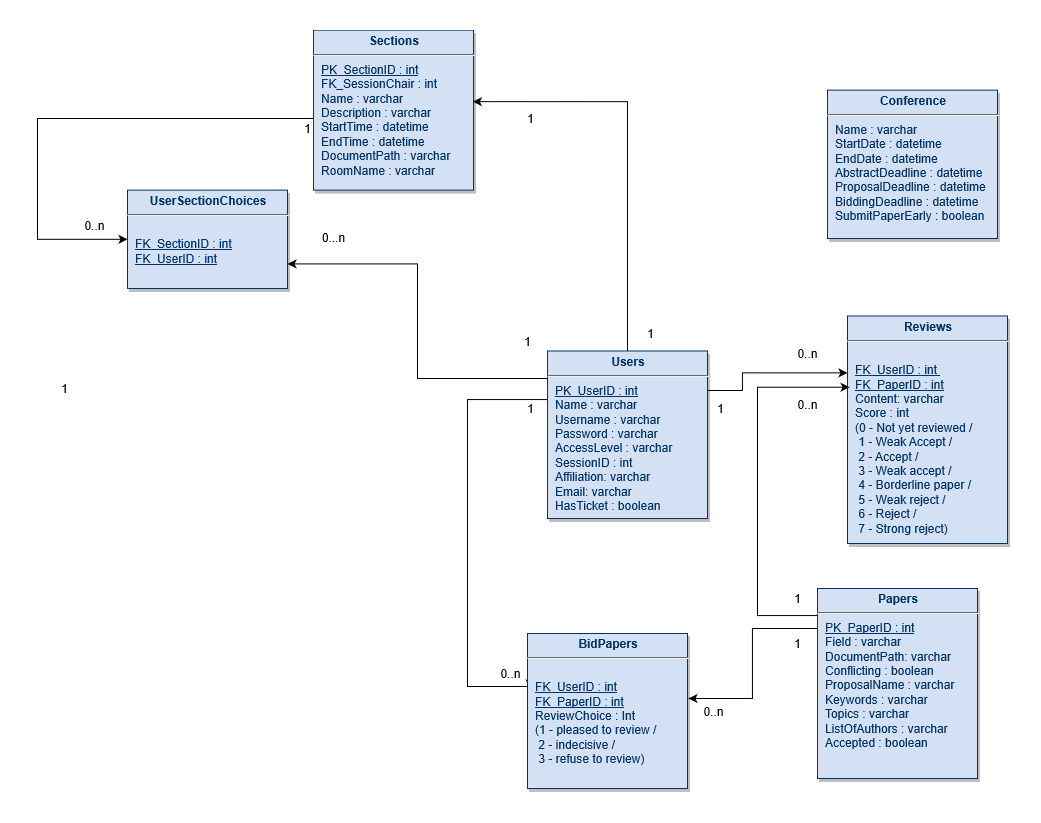
horatiu-udrea/RuntimeTerror keeps this draw.io diagram as documents/images/Database Diagram.png. Above is the earlier version. Source tidied: cells renumbered, new cells last; positions are measured from the earlier drawing's top-left corner, leaving out a move shared by most shapes.
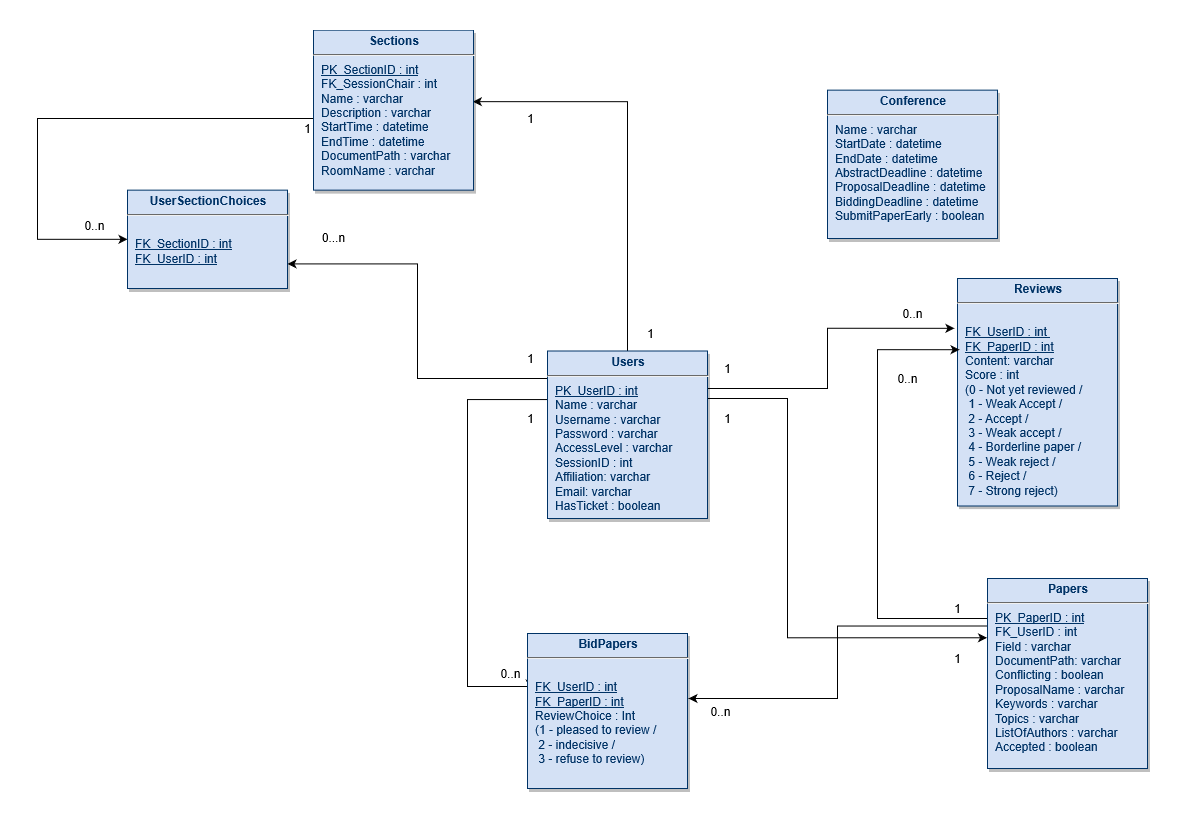
After the commit.

What changed in the source:
```diff
@@ -17,14 +17,6 @@
         <mxPoint x="14.1" y="-2.4" as="offset" />
       </mxGeometry>
     </mxCell>
-    <mxCell id="4" style="edgeStyle=orthogonalEdgeStyle;rounded=0;jettySize=auto;html=1;exitX=1;exitY=0.25;exitDx=0;exitDy=0;entryX=0;entryY=0.25;entryDx=0;entryDy=0;" parent="1" edge="1" source="7" target="8">
-      <mxGeometry relative="1" as="geometry">
-        <Array as="points">
-          <mxPoint x="705" y="360" />
-          <mxPoint x="705" y="342" />
-        </Array>
-      </mxGeometry>
-    </mxCell>
     <mxCell id="5" style="edgeStyle=orthogonalEdgeStyle;rounded=0;jettySize=auto;html=1;entryX=0.996;entryY=0.447;entryDx=0;entryDy=0;entryPerimeter=0;" parent="1" edge="1" source="7" target="11">
       <mxGeometry relative="1" as="geometry">
         <Array as="points">
@@ -40,11 +32,27 @@
         </Array>
       </mxGeometry>
     </mxCell>
+    <mxCell id="31" style="edgeStyle=orthogonalEdgeStyle;rounded=0;jettySize=auto;html=1;entryX=-0.003;entryY=0.312;entryDx=0;entryDy=0;entryPerimeter=0;" parent="1" edge="1" source="7" target="15">
+      <mxGeometry relative="1" as="geometry">
+        <Array as="points">
+          <mxPoint x="750" y="368" />
+          <mxPoint x="750" y="607" />
+        </Array>
+      </mxGeometry>
+    </mxCell>
+    <mxCell id="4" style="edgeStyle=orthogonalEdgeStyle;rounded=0;jettySize=auto;html=1;entryX=-0.019;entryY=0.219;entryDx=0;entryDy=0;entryPerimeter=0;" parent="1" edge="1" source="7" target="8">
+      <mxGeometry relative="1" as="geometry">
+        <Array as="points">
+          <mxPoint x="790" y="358" />
+          <mxPoint x="790" y="298" />
+        </Array>
+      </mxGeometry>
+    </mxCell>
     <mxCell id="7" value="&lt;p style=&quot;margin: 4px 0px 0px ; text-align: center&quot;&gt;&lt;strong&gt;Users&lt;/strong&gt;&lt;/p&gt;&lt;hr&gt;&lt;p style=&quot;margin: 0px ; margin-left: 8px&quot;&gt;&lt;u&gt;PK_UserID : int&lt;/u&gt;&lt;/p&gt;&lt;p style=&quot;margin: 0px ; margin-left: 8px&quot;&gt;Name : varchar&lt;/p&gt;&lt;p style=&quot;margin: 0px ; margin-left: 8px&quot;&gt;Username : varchar&lt;/p&gt;&lt;p style=&quot;margin: 0px ; margin-left: 8px&quot;&gt;Password : varchar&lt;/p&gt;&lt;p style=&quot;margin: 0px ; margin-left: 8px&quot;&gt;AccessLevel : varchar&lt;/p&gt;&lt;p style=&quot;margin: 0px ; margin-left: 8px&quot;&gt;SessionID : int&lt;/p&gt;&lt;p style=&quot;margin: 0px ; margin-left: 8px&quot;&gt;Affiliation: varchar&lt;/p&gt;&lt;p style=&quot;margin: 0px ; margin-left: 8px&quot;&gt;Email: varchar&lt;/p&gt;&lt;p style=&quot;margin: 0px ; margin-left: 8px&quot;&gt;HasTicket : boolean&lt;/p&gt;&lt;p style=&quot;margin: 0px ; margin-left: 8px&quot;&gt;&lt;br&gt;&lt;/p&gt;&lt;p style=&quot;margin: 0px ; margin-left: 8px&quot;&gt;&lt;br&gt;&lt;/p&gt;" style="verticalAlign=top;align=left;overflow=fill;fontSize=12;fontFamily=Helvetica;html=1;strokeColor=#003366;shadow=1;fillColor=#D4E1F5;fontColor=#003366;" parent="1" vertex="1">
       <mxGeometry x="510" y="320.5" width="160" height="167.5" as="geometry" />
     </mxCell>
     <mxCell id="8" value="&lt;p style=&quot;margin: 4px 0px 0px ; text-align: center&quot;&gt;&lt;strong&gt;Reviews&lt;/strong&gt;&lt;strong&gt;&lt;u&gt;&lt;/u&gt;&lt;br&gt;&lt;/strong&gt;&lt;/p&gt;&lt;hr&gt;&lt;p style=&quot;margin: 0px ; margin-left: 8px&quot;&gt;&lt;br&gt;&lt;/p&gt;&lt;p style=&quot;margin: 0px ; margin-left: 8px&quot;&gt;&lt;u&gt;FK_UserID : int&amp;nbsp;&lt;/u&gt;&lt;/p&gt;&lt;p style=&quot;margin: 0px ; margin-left: 8px&quot;&gt;&lt;u&gt;FK_PaperID : int&lt;/u&gt;&lt;/p&gt;&lt;p style=&quot;margin: 0px ; margin-left: 8px&quot;&gt;Content: varchar&lt;/p&gt;&lt;p style=&quot;margin: 0px ; margin-left: 8px&quot;&gt;Score : int&lt;/p&gt;&lt;p style=&quot;margin: 0px 0px 0px 8px ; text-align: left ; text-transform: none ; text-indent: 0px ; letter-spacing: normal ; font-family: &amp;#34;helvetica&amp;#34; ; font-size: 12px ; font-style: normal ; font-variant: normal ; font-weight: 400 ; text-decoration: none ; word-spacing: 0px&quot;&gt;(0 - Not yet reviewed /&lt;/p&gt;&lt;p style=&quot;margin: 0px 0px 0px 8px ; text-align: left ; text-transform: none ; text-indent: 0px ; letter-spacing: normal ; font-family: &amp;#34;helvetica&amp;#34; ; font-size: 12px ; font-style: normal ; font-variant: normal ; font-weight: 400 ; text-decoration: none ; word-spacing: 0px&quot;&gt;&amp;nbsp;1 - Weak Accept /&lt;/p&gt;&lt;p style=&quot;margin: 0px 0px 0px 8px ; text-align: left ; text-transform: none ; text-indent: 0px ; letter-spacing: normal ; font-family: &amp;#34;helvetica&amp;#34; ; font-size: 12px ; font-style: normal ; font-variant: normal ; font-weight: 400 ; text-decoration: none ; word-spacing: 0px&quot;&gt;&amp;nbsp;2 - Accept /&lt;/p&gt;&lt;p style=&quot;margin: 0px 0px 0px 8px ; text-align: left ; text-transform: none ; text-indent: 0px ; letter-spacing: normal ; font-family: &amp;#34;helvetica&amp;#34; ; font-size: 12px ; font-style: normal ; font-variant: normal ; font-weight: 400 ; text-decoration: none ; word-spacing: 0px&quot;&gt;&amp;nbsp;3 - Weak accept /&lt;/p&gt;&lt;p style=&quot;margin: 0px 0px 0px 8px ; text-align: left ; text-transform: none ; text-indent: 0px ; letter-spacing: normal ; font-family: &amp;#34;helvetica&amp;#34; ; font-size: 12px ; font-style: normal ; font-variant: normal ; font-weight: 400 ; text-decoration: none ; word-spacing: 0px&quot;&gt;&amp;nbsp;4 - Borderline paper /&lt;/p&gt;&lt;p style=&quot;margin: 0px 0px 0px 8px ; text-align: left ; text-transform: none ; text-indent: 0px ; letter-spacing: normal ; font-family: &amp;#34;helvetica&amp;#34; ; font-size: 12px ; font-style: normal ; font-variant: normal ; font-weight: 400 ; text-decoration: none ; word-spacing: 0px&quot;&gt;&amp;nbsp;5 - Weak reject /&lt;/p&gt;&lt;p style=&quot;margin: 0px 0px 0px 8px ; text-align: left ; text-transform: none ; text-indent: 0px ; letter-spacing: normal ; font-family: &amp;#34;helvetica&amp;#34; ; font-size: 12px ; font-style: normal ; font-variant: normal ; font-weight: 400 ; text-decoration: none ; word-spacing: 0px&quot;&gt;&amp;nbsp;6 - Reject /&lt;/p&gt;&lt;p style=&quot;margin: 0px 0px 0px 8px ; text-align: left ; text-transform: none ; text-indent: 0px ; letter-spacing: normal ; font-family: &amp;#34;helvetica&amp;#34; ; font-size: 12px ; font-style: normal ; font-variant: normal ; font-weight: 400 ; text-decoration: none ; word-spacing: 0px&quot;&gt;&amp;nbsp;7 - Strong reject)&lt;/p&gt;&lt;p style=&quot;margin: 0px ; margin-left: 8px&quot;&gt;&lt;b&gt;&lt;/b&gt;&lt;i&gt;&lt;/i&gt;&lt;u&gt;&lt;/u&gt;&lt;sub&gt;&lt;/sub&gt;&lt;sup&gt;&lt;/sup&gt;&lt;strike&gt;&lt;/strike&gt;&lt;br&gt;&lt;/p&gt;" style="verticalAlign=top;align=left;overflow=fill;fontSize=12;fontFamily=Helvetica;html=1;strokeColor=#003366;shadow=1;fillColor=#D4E1F5;fontColor=#003366;" parent="1" vertex="1">
-      <mxGeometry x="810" y="285.5" width="160" height="227.5" as="geometry" />
+      <mxGeometry x="920" y="248" width="160" height="227.5" as="geometry" />
     </mxCell>
     <mxCell id="9" value="&lt;p style=&quot;margin: 4px 0px 0px ; text-align: center&quot;&gt;&lt;strong&gt;BidPapers&lt;/strong&gt;&lt;strong&gt;&lt;u&gt;&lt;/u&gt;&lt;br&gt;&lt;/strong&gt;&lt;/p&gt;&lt;hr&gt;&lt;p style=&quot;margin: 0px ; margin-left: 8px&quot;&gt;&lt;br&gt;&lt;/p&gt;&lt;p style=&quot;margin: 0px ; margin-left: 8px&quot;&gt;&lt;u&gt;FK_UserID : int&lt;/u&gt;&lt;/p&gt;&lt;p style=&quot;margin: 0px ; margin-left: 8px&quot;&gt;&lt;u&gt;FK_PaperID : int&lt;/u&gt;&lt;/p&gt;&lt;p style=&quot;margin: 0px ; margin-left: 8px&quot;&gt;ReviewChoice : Int&amp;nbsp;&lt;/p&gt;&lt;p style=&quot;margin: 0px ; margin-left: 8px&quot;&gt;(1 - pleased to review /&lt;/p&gt;&lt;p style=&quot;margin: 0px ; margin-left: 8px&quot;&gt;&amp;nbsp;2 - indecisive /&lt;/p&gt;&lt;p style=&quot;margin: 0px ; margin-left: 8px&quot;&gt;&amp;nbsp;3 - refuse to review)&lt;br&gt;&lt;/p&gt;" style="verticalAlign=top;align=left;overflow=fill;fontSize=12;fontFamily=Helvetica;html=1;strokeColor=#003366;shadow=1;fillColor=#D4E1F5;fontColor=#003366;" parent="1" vertex="1">
       <mxGeometry x="490" y="603" width="160" height="155" as="geometry" />
@@ -64,9 +72,8 @@
       <mxGeometry relative="1" as="geometry">
         <mxPoint x="651" y="668" as="targetPoint" />
         <Array as="points">
-          <mxPoint x="780" y="598" />
-          <mxPoint x="715" y="598" />
-          <mxPoint x="715" y="668" />
+          <mxPoint x="800" y="596" />
+          <mxPoint x="800" y="668" />
         </Array>
       </mxGeometry>
     </mxCell>
@@ -78,35 +85,29 @@
     <mxCell id="14" style="edgeStyle=orthogonalEdgeStyle;rounded=0;jettySize=auto;html=1;exitX=0;exitY=0.25;exitDx=0;exitDy=0;entryX=0.013;entryY=0.313;entryDx=0;entryDy=0;entryPerimeter=0;" parent="1" edge="1" source="15" target="8">
       <mxGeometry relative="1" as="geometry">
         <Array as="points">
-          <mxPoint x="780" y="585" />
-          <mxPoint x="720" y="585" />
-          <mxPoint x="720" y="357" />
+          <mxPoint x="950" y="588" />
+          <mxPoint x="840" y="588" />
+          <mxPoint x="840" y="319" />
         </Array>
       </mxGeometry>
     </mxCell>
-    <mxCell id="15" value="&lt;p style=&quot;margin: 4px 0px 0px ; text-align: center&quot;&gt;&lt;strong&gt;Papers&lt;/strong&gt;&lt;strong&gt;&lt;u&gt;&lt;/u&gt;&lt;br&gt;&lt;/strong&gt;&lt;/p&gt;&lt;hr&gt;&lt;p style=&quot;margin: 0px ; margin-left: 8px&quot;&gt;&lt;u&gt;PK_PaperID : int&lt;/u&gt;&lt;br&gt;&lt;/p&gt;&lt;p style=&quot;margin: 0px ; margin-left: 8px&quot;&gt;Field : varchar&lt;/p&gt;&lt;p style=&quot;margin: 0px ; margin-left: 8px&quot;&gt;DocumentPath: varchar&lt;br&gt;&lt;/p&gt;&lt;p style=&quot;margin: 0px ; margin-left: 8px&quot;&gt;Conflicting : boolean&lt;/p&gt;&lt;p style=&quot;margin: 0px ; margin-left: 8px&quot;&gt;ProposalName : varchar&lt;/p&gt;&lt;p style=&quot;margin: 0px ; margin-left: 8px&quot;&gt;Keywords : varchar&lt;/p&gt;&lt;p style=&quot;margin: 0px ; margin-left: 8px&quot;&gt;Topics : varchar&lt;/p&gt;&lt;p style=&quot;margin: 0px ; margin-left: 8px&quot;&gt;ListOfAuthors : varchar&lt;br&gt;&lt;/p&gt;&lt;p style=&quot;margin: 0px ; margin-left: 8px&quot;&gt;Accepted : boolean&lt;/p&gt;&lt;p style=&quot;margin: 0px ; margin-left: 8px&quot;&gt;&lt;br&gt;&lt;/p&gt;" style="verticalAlign=top;align=left;overflow=fill;fontSize=12;fontFamily=Helvetica;html=1;strokeColor=#003366;shadow=1;fillColor=#D4E1F5;fontColor=#003366;" parent="1" vertex="1">
-      <mxGeometry x="780" y="558" width="160" height="190" as="geometry" />
+    <mxCell id="15" value="&lt;p style=&quot;margin: 4px 0px 0px ; text-align: center&quot;&gt;&lt;strong&gt;Papers&lt;/strong&gt;&lt;strong&gt;&lt;u&gt;&lt;/u&gt;&lt;br&gt;&lt;/strong&gt;&lt;/p&gt;&lt;hr&gt;&lt;p style=&quot;margin: 0px ; margin-left: 8px&quot;&gt;&lt;u&gt;PK_PaperID : int&lt;/u&gt;&lt;/p&gt;&lt;p style=&quot;margin: 0px ; margin-left: 8px&quot;&gt;FK_UserID : int&lt;/p&gt;&lt;p style=&quot;margin: 0px ; margin-left: 8px&quot;&gt;Field : varchar&lt;/p&gt;&lt;p style=&quot;margin: 0px ; margin-left: 8px&quot;&gt;DocumentPath: varchar&lt;br&gt;&lt;/p&gt;&lt;p style=&quot;margin: 0px ; margin-left: 8px&quot;&gt;Conflicting : boolean&lt;/p&gt;&lt;p style=&quot;margin: 0px ; margin-left: 8px&quot;&gt;ProposalName : varchar&lt;/p&gt;&lt;p style=&quot;margin: 0px ; margin-left: 8px&quot;&gt;Keywords : varchar&lt;/p&gt;&lt;p style=&quot;margin: 0px ; margin-left: 8px&quot;&gt;Topics : varchar&lt;/p&gt;&lt;p style=&quot;margin: 0px ; margin-left: 8px&quot;&gt;ListOfAuthors : varchar&lt;br&gt;&lt;/p&gt;&lt;p style=&quot;margin: 0px ; margin-left: 8px&quot;&gt;Accepted : boolean&lt;/p&gt;&lt;p style=&quot;margin: 0px ; margin-left: 8px&quot;&gt;&lt;br&gt;&lt;/p&gt;" style="verticalAlign=top;align=left;overflow=fill;fontSize=12;fontFamily=Helvetica;html=1;strokeColor=#003366;shadow=1;fillColor=#D4E1F5;fontColor=#003366;" parent="1" vertex="1">
+      <mxGeometry x="950" y="548" width="160" height="190" as="geometry" />
     </mxCell>
     <mxCell id="16" value="1" style="text;html=1;align=center;verticalAlign=middle;" parent="1" vertex="1">
-      <mxGeometry x="483" y="368" width="20" height="20" as="geometry" />
+      <mxGeometry x="483" y="378" width="20" height="20" as="geometry" />
     </mxCell>
     <mxCell id="17" value="1&lt;br&gt;" style="text;html=1;align=center;verticalAlign=middle;" parent="1" vertex="1">
-      <mxGeometry x="750" y="558" width="20" height="20" as="geometry" />
+      <mxGeometry x="910" y="618" width="20" height="20" as="geometry" />
     </mxCell>
     <mxCell id="18" value="0..n&lt;br&gt;" style="text;html=1;align=center;verticalAlign=middle;" parent="1" vertex="1">
-      <mxGeometry x="750" y="313" width="40" height="20" as="geometry" />
+      <mxGeometry x="855" y="273" width="40" height="20" as="geometry" />
     </mxCell>
-    <mxCell id="19" value="1&lt;br&gt;" style="text;html=1;align=center;verticalAlign=middle;" parent="1" vertex="1">
-      <mxGeometry x="673" y="368" width="20" height="20" as="geometry" />
-    </mxCell>
     <mxCell id="20" value="0..n&lt;br&gt;" style="text;html=1;align=center;verticalAlign=middle;" parent="1" vertex="1">
-      <mxGeometry x="750" y="364.2" width="40" height="20" as="geometry" />
+      <mxGeometry x="850" y="338" width="40" height="20" as="geometry" />
     </mxCell>
-    <mxCell id="21" value="1" style="text;html=1;align=center;verticalAlign=middle;" parent="1" vertex="1">
-      <mxGeometry x="17" y="348" width="20" height="20" as="geometry" />
-    </mxCell>
     <mxCell id="22" value="1&lt;br&gt;" style="text;html=1;align=center;verticalAlign=middle;" parent="1" vertex="1">
-      <mxGeometry x="750" y="603" width="20" height="20" as="geometry" />
+      <mxGeometry x="910" y="568" width="20" height="20" as="geometry" />
     </mxCell>
     <mxCell id="23" value="&lt;p style=&quot;margin: 4px 0px 0px ; text-align: center&quot;&gt;&lt;b&gt;UserSectionChoices&lt;/b&gt;&lt;/p&gt;&lt;hr&gt;&lt;p style=&quot;margin: 0px ; margin-left: 8px&quot;&gt;&lt;u&gt;&lt;/u&gt;&lt;br&gt;&lt;/p&gt;&lt;p style=&quot;margin: 0px ; margin-left: 8px&quot;&gt;&lt;u&gt;FK_SectionID : int&lt;/u&gt;&lt;/p&gt;&lt;p style=&quot;margin: 0px ; margin-left: 8px&quot;&gt;&lt;u&gt;FK_UserID : int&lt;/u&gt;&lt;/p&gt;" style="verticalAlign=top;align=left;overflow=fill;fontSize=12;fontFamily=Helvetica;html=1;strokeColor=#003366;shadow=1;fillColor=#D4E1F5;fontColor=#003366;" parent="1" vertex="1">
       <mxGeometry x="90" y="159.6" width="160" height="98.4" as="geometry" />
@@ -124,7 +125,7 @@
       <mxGeometry x="483" y="78" width="20" height="20" as="geometry" />
     </mxCell>
     <mxCell id="28" value="1&lt;br&gt;" style="text;html=1;align=center;verticalAlign=middle;" parent="1" vertex="1">
-      <mxGeometry x="480" y="300.5" width="20" height="20" as="geometry" />
+      <mxGeometry x="483" y="318" width="20" height="20" as="geometry" />
     </mxCell>
     <mxCell id="29" value="0...n" style="text;html=1;align=center;verticalAlign=middle;" parent="1" vertex="1">
       <mxGeometry x="276" y="197" width="40" height="20" as="geometry" />
@@ -132,5 +133,11 @@
     <mxCell id="30" value="&lt;p style=&quot;margin: 4px 0px 0px ; text-align: center&quot;&gt;&lt;b&gt;Conference&lt;/b&gt;&lt;/p&gt;&lt;hr&gt;&lt;p style=&quot;margin: 0px ; margin-left: 8px&quot;&gt;Name : varchar&lt;/p&gt;&lt;p style=&quot;margin: 0px ; margin-left: 8px&quot;&gt;StartDate : datetime&lt;/p&gt;&lt;p style=&quot;margin: 0px ; margin-left: 8px&quot;&gt;EndDate : datetime&lt;/p&gt;&lt;p style=&quot;margin: 0px ; margin-left: 8px&quot;&gt;AbstractDeadline : datetime&lt;/p&gt;&lt;p style=&quot;margin: 0px ; margin-left: 8px&quot;&gt;ProposalDeadline : datetime&lt;/p&gt;&lt;p style=&quot;margin: 0px ; margin-left: 8px&quot;&gt;BiddingDeadline : datetime&lt;/p&gt;&lt;p style=&quot;margin: 0px ; margin-left: 8px&quot;&gt;SubmitPaperEarly : boolean&lt;/p&gt;&lt;p style=&quot;margin: 0px ; margin-left: 8px&quot;&gt;&lt;br&gt;&lt;/p&gt;&lt;p style=&quot;margin: 0px ; margin-left: 8px&quot;&gt;&lt;br&gt;&lt;/p&gt;" style="verticalAlign=top;align=left;overflow=fill;fontSize=12;fontFamily=Helvetica;html=1;strokeColor=#003366;shadow=1;fillColor=#D4E1F5;fontColor=#003366;" parent="1" vertex="1">
       <mxGeometry x="790" y="59.6" width="170" height="148.4" as="geometry" />
     </mxCell>
+    <mxCell id="21" value="1&lt;br&gt;" style="text;html=1;align=center;verticalAlign=middle;" parent="1" vertex="1">
+      <mxGeometry x="680" y="378" width="20" height="20" as="geometry" />
+    </mxCell>
+    <mxCell id="19" value="1&lt;br&gt;" style="text;html=1;align=center;verticalAlign=middle;" parent="1" vertex="1">
+      <mxGeometry x="680" y="328" width="20" height="20" as="geometry" />
+    </mxCell>
   </root>
 </mxGraphModel>
```
